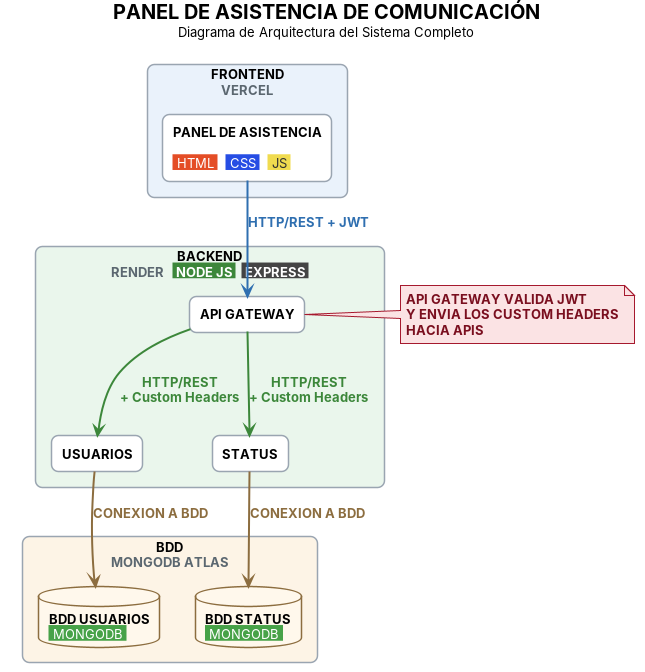
The PlantUML diagram docs/diagramas/1-arquitectura.png in tatianaperalta2013/panel-asistencia-comunicacion, before a commit. Its source is kept beside it as docs/diagramas/1-arquitectura.puml.
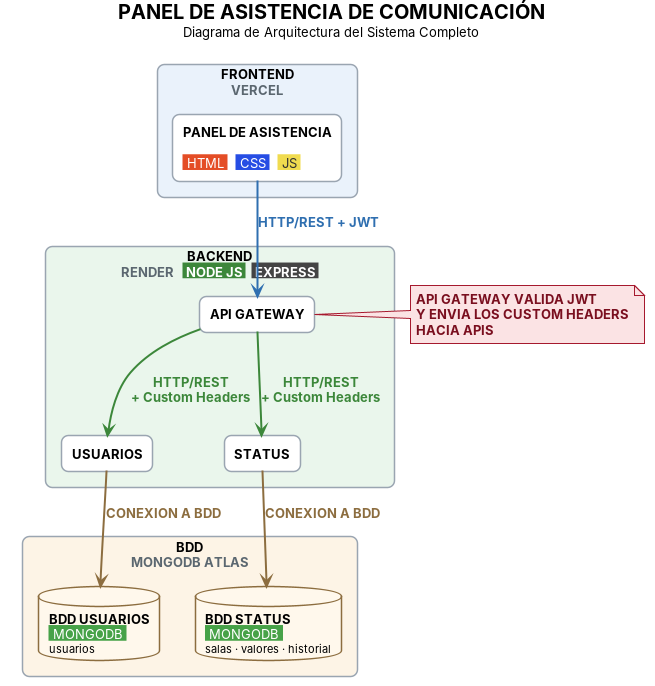
After the commit.

What changed in the source:
```diff
@@ -30,8 +30,8 @@
 }
 
 rectangle "<b>BDD</b>\n<color:#5B6770>MONGODB ATLAS</color>" as bdd #FDF4E6 {
-  database "<b>BDD USUARIOS</b>\n<back:#47A248><color:#FFFFFF> MONGODB </color></back>" as dbu
-  database "<b>BDD STATUS</b>\n<back:#47A248><color:#FFFFFF> MONGODB </color></back>" as dbs
+  database "<b>BDD USUARIOS</b>\n<back:#47A248><color:#FFFFFF> MONGODB </color></back>\n<size:11>usuarios</size>" as dbu
+  database "<b>BDD STATUS</b>\n<back:#47A248><color:#FFFFFF> MONGODB </color></back>\n<size:11>salas · valores · historial</size>" as dbs
 }
 
 app -[#2F6FB0,thickness=2]-> gw : <color:#2F6FB0><b>HTTP/REST + JWT</b></color>
```
